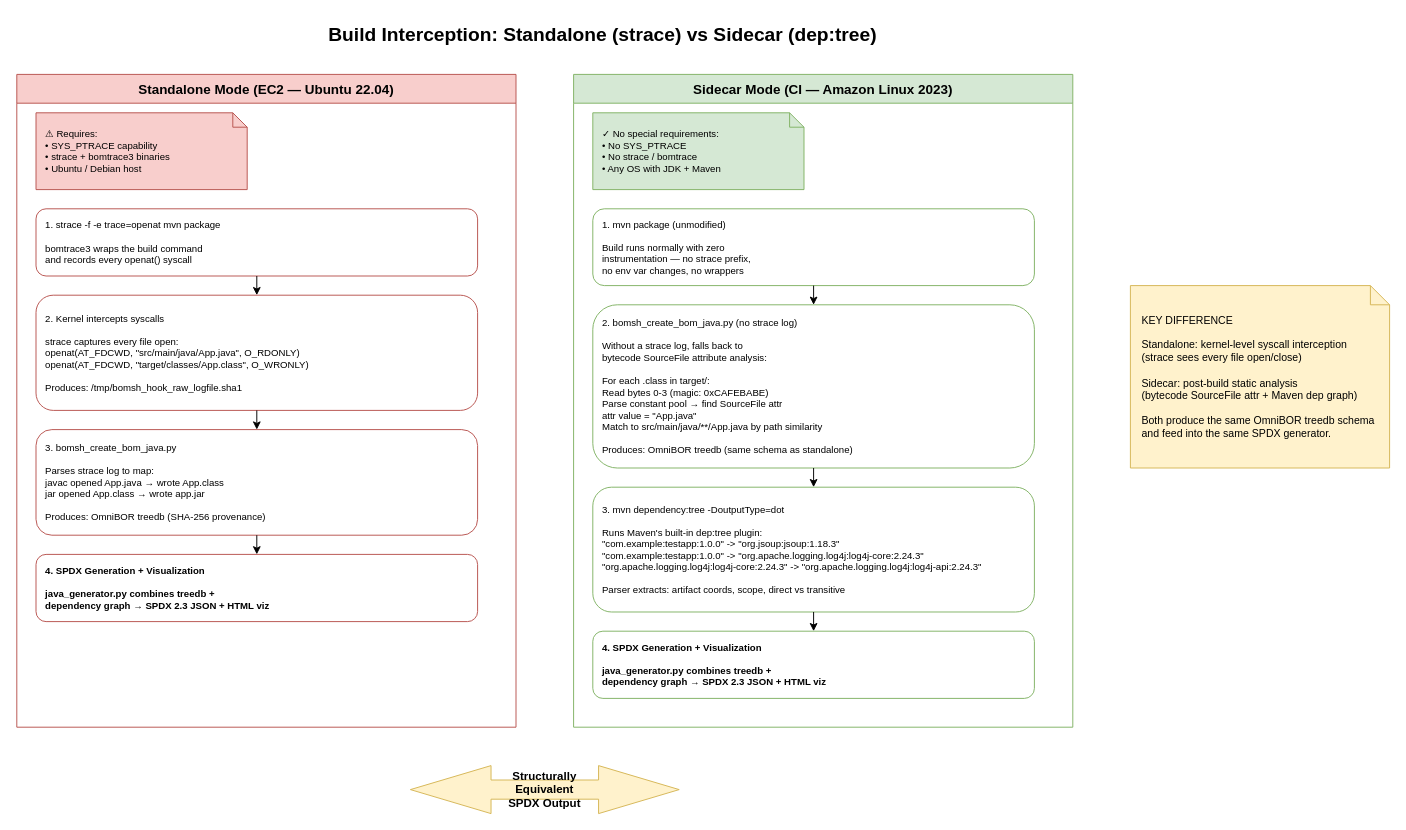
Earlier version of the draw.io diagram docs/build-interception.drawio (tedg-dev/omnibor-java-testapp). Source tidied: cells renumbered, new cells numbered last; positions are measured from the earlier drawing's top-left corner, leaving out a move shared by most shapes. Both pictures are drawn from the tidied source at 96%, with x=0, y=0 at pixel (16, 16).
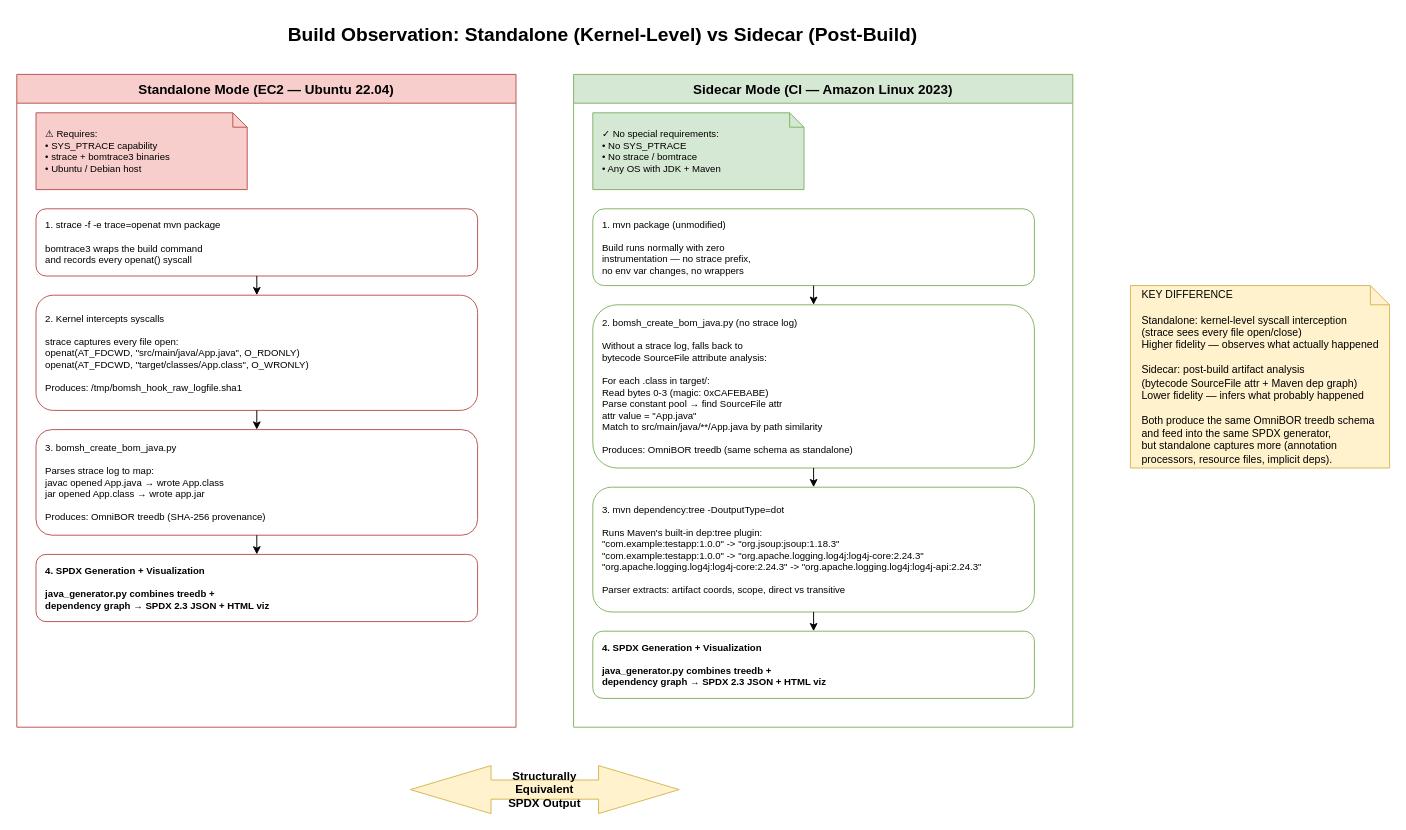
Above is the later version.

Commit message (it also covers changes not shown here):
docs: update build-interception diagram — honest fidelity comparison

What changed in the source:
```diff
@@
-    <mxCell id="2" value="Build Interception: Standalone (strace) vs Sidecar (dep:tree)" style="text;html=1;fontSize=20;fontStyle=1;align=center;" parent="1" vertex="1">
+    <mxCell id="2" value="Build Observation: Standalone (Kernel-Level) vs Sidecar (Post-Build)" style="text;html=1;fontSize=20;fontStyle=1;align=center;" parent="1" vertex="1">
       <mxGeometry x="310" width="600" height="40" as="geometry" />
     </mxCell>
@@
-    <mxCell id="22" value="KEY DIFFERENCE&#10;&#10;Standalone: kernel-level syscall interception&#10;(strace sees every file open/close)&#10;&#10;Sidecar: post-build static analysis&#10;(bytecode SourceFile attr + Maven dep graph)&#10;&#10;Both produce the same OmniBOR treedb schema&#10;and feed into the same SPDX generator." style="shape=note;whiteSpace=wrap;html=1;fillColor=#fff2cc;strokeColor=#d6b656;fontSize=11;align=left;spacingLeft=10;size=20;fontStyle=0;" parent="1" vertex="1">
+    <mxCell id="22" value="KEY DIFFERENCE&#10;&#10;Standalone: kernel-level syscall interception&#10;(strace sees every file open/close)&#10;Higher fidelity — observes what actually happened&#10;&#10;Sidecar: post-build artifact analysis&#10;(bytecode SourceFile attr + Maven dep graph)&#10;Lower fidelity — infers what probably happened&#10;&#10;Both produce the same OmniBOR treedb schema&#10;and feed into the same SPDX generator,&#10;but standalone captures more (annotation&#10;processors, resource files, implicit deps)." style="shape=note;whiteSpace=wrap;html=1;fillColor=#fff2cc;strokeColor=#d6b656;fontSize=11;align=left;spacingLeft=10;size=20;fontStyle=0;" parent="1" vertex="1">
       <mxGeometry x="1160" y="280" width="270" height="190" as="geometry" />
     </mxCell>
```
